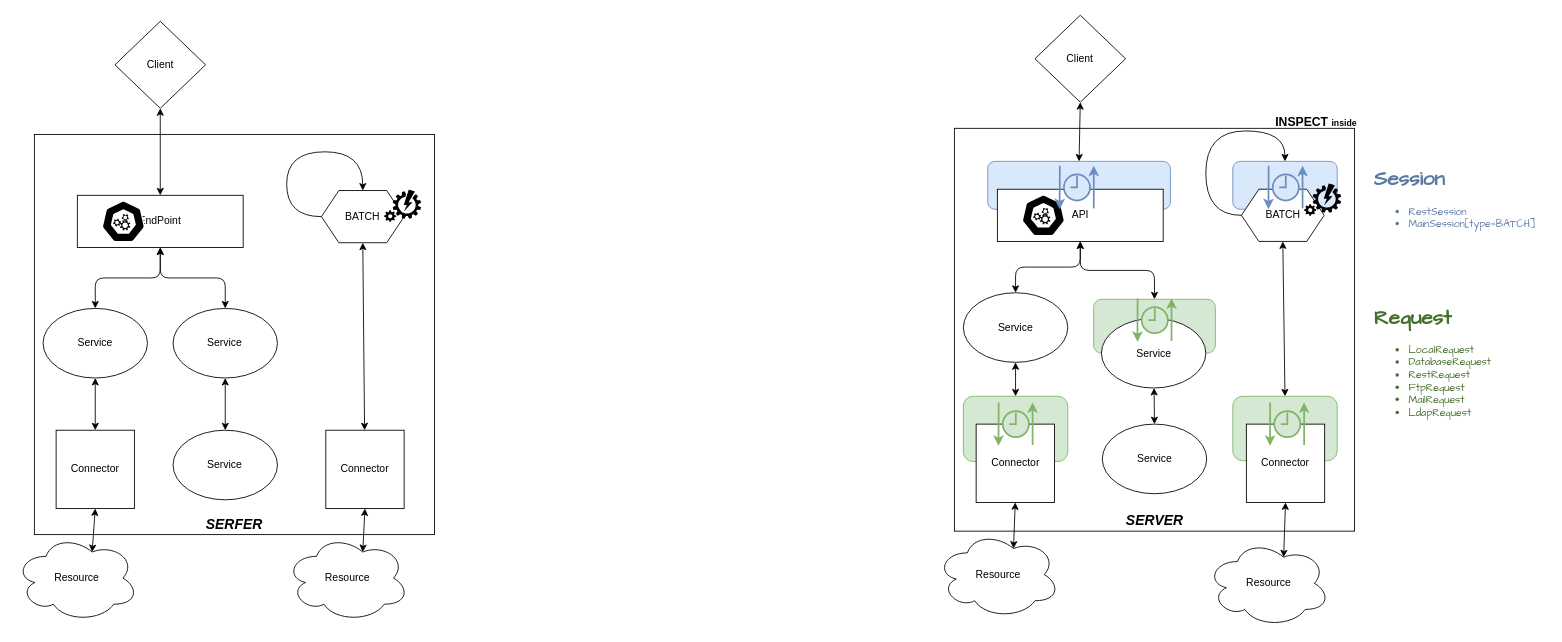
Above: page "collector-1" (1 of 5) of doc/diagram/Diagramme sans nom.drawio in oneteme/inspect-core (draw.io), before the change. Source tidied: cells renumbered, new cells numbered last; positions are measured from the earlier drawing's top-left corner, leaving out a move shared by most shapes. Both pictures are drawn from the tidied source at 87%, with x=0, y=0 at pixel (15, 15).
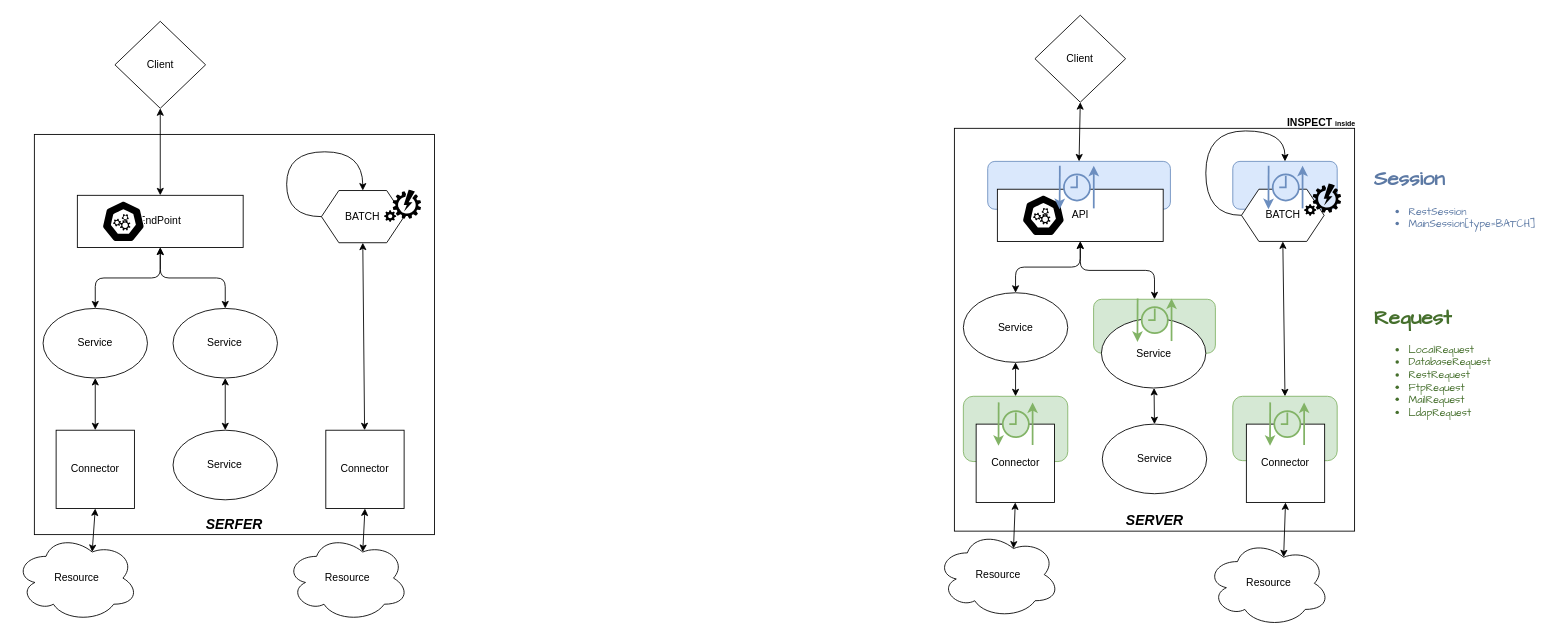
Above is the later version.

What changed in the source:
```diff
@@
-    <mxCell id="73" value="&lt;font style=&quot;font-size: 14px;&quot;&gt;INSPECT &lt;/font&gt;&lt;font style=&quot;font-size: 10px;&quot;&gt;inside&lt;/font&gt;" style="text;strokeColor=none;fillColor=none;html=1;fontSize=24;fontStyle=1;verticalAlign=middle;align=center;fontColor=default;" parent="1" vertex="1">
-      <mxGeometry x="1429.7" y="100" width="130" height="40" as="geometry" />
+    <mxCell id="73" value="&lt;font style=&quot;font-size: 12px;&quot;&gt;INSPECT &lt;/font&gt;&lt;font style=&quot;font-size: 8px;&quot;&gt;inside&lt;/font&gt;" style="text;strokeColor=none;fillColor=none;html=1;fontSize=24;fontStyle=1;verticalAlign=middle;align=center;fontColor=default;" parent="1" vertex="1">
+      <mxGeometry x="1455.8" y="100" width="90" height="40" as="geometry" />
     </mxCell>
```
